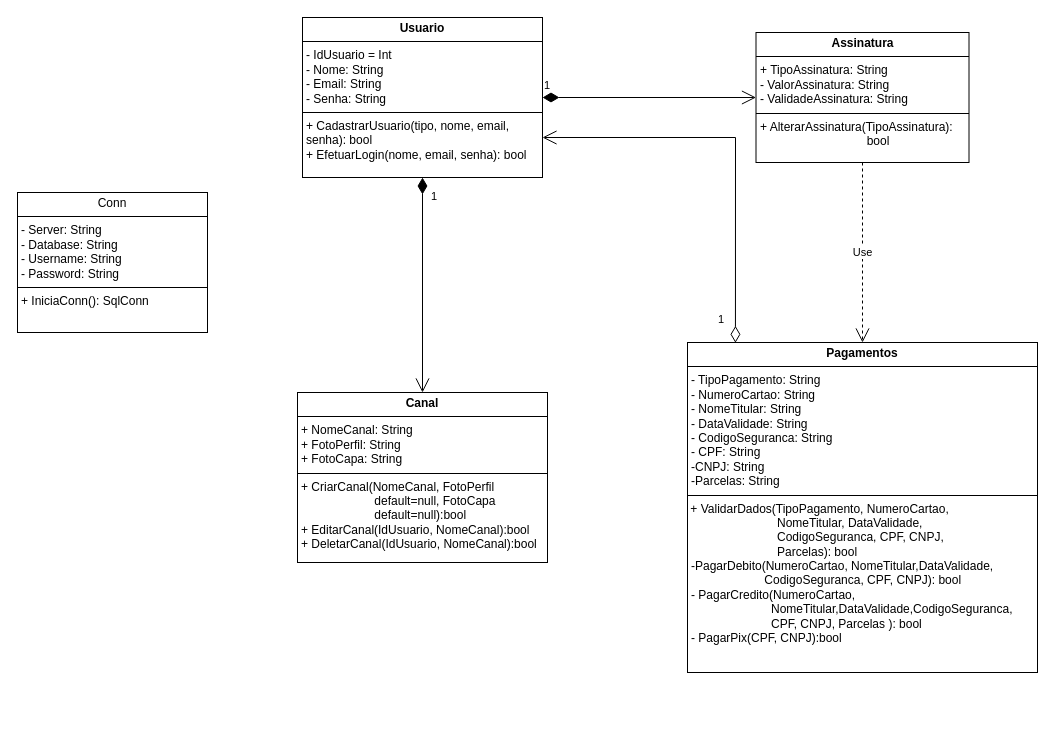
Above: page "DiagramaDeClasses" (20 of 20) of DiagramasPIMVII.drawio in GustavoFerreira143/PIMVIISistemaDeStreaming (draw.io), before the change. Source tidied: cells renumbered, new cells numbered last; positions are measured from the earlier drawing's top-left corner, leaving out a move shared by most shapes. Both pictures are drawn from the tidied source at 100%, with x=0, y=0 at pixel (17, 17).
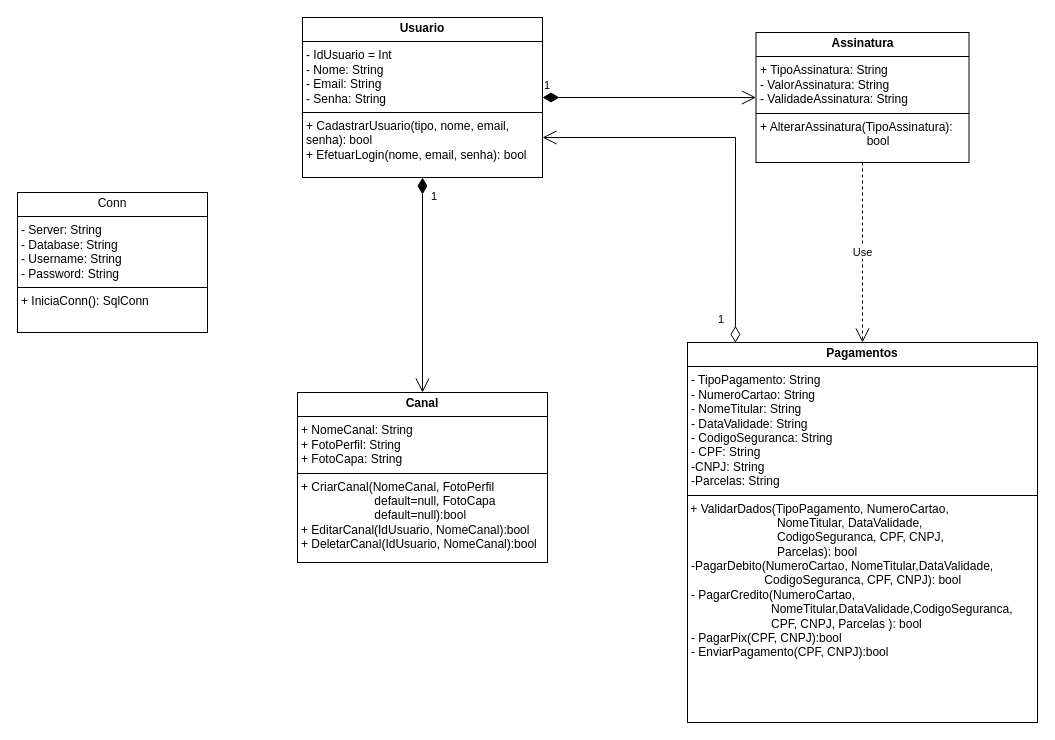
Above is the later version.

The edit, as a diff of the source:
```diff
@@
 <mxGraphModel>
   <root>
     <mxCell id="0" />
     <mxCell id="1" parent="0" />
     <mxCell id="2" value="&lt;p style=&quot;margin:0px;margin-top:4px;text-align:center;&quot;&gt;&lt;b&gt;Usuario&lt;/b&gt;&lt;/p&gt;&lt;hr size=&quot;1&quot; style=&quot;border-style:solid;&quot;&gt;&lt;p style=&quot;margin:0px;margin-left:4px;&quot;&gt;- IdUsuario = Int&lt;/p&gt;&lt;p style=&quot;margin:0px;margin-left:4px;&quot;&gt;- Nome: String&lt;br&gt;- Email: String&lt;/p&gt;&lt;p style=&quot;margin:0px;margin-left:4px;&quot;&gt;- Senha: String&lt;/p&gt;&lt;hr size=&quot;1&quot; style=&quot;border-style:solid;&quot;&gt;&lt;p style=&quot;margin:0px;margin-left:4px;&quot;&gt;+ CadastrarUsuario(tipo, nome, email, senha): bool&lt;br&gt;+ EfetuarLogin(nome, email, senha): bool&lt;/p&gt;" style="verticalAlign=top;align=left;overflow=fill;html=1;whiteSpace=wrap;" parent="1" vertex="1">
       <mxGeometry x="285" width="240" height="160" as="geometry" />
     </mxCell>
     <mxCell id="3" value="&lt;p style=&quot;margin:0px;margin-top:4px;text-align:center;&quot;&gt;Conn&lt;/p&gt;&lt;hr size=&quot;1&quot; style=&quot;border-style:solid;&quot;&gt;&lt;p style=&quot;margin:0px;margin-left:4px;&quot;&gt;- Server: String&lt;/p&gt;&lt;p style=&quot;margin:0px;margin-left:4px;&quot;&gt;- Database: String&lt;br&gt;- Username: String&lt;/p&gt;&lt;p style=&quot;margin:0px;margin-left:4px;&quot;&gt;- Password: String&lt;/p&gt;&lt;hr size=&quot;1&quot; style=&quot;border-style:solid;&quot;&gt;&lt;p style=&quot;margin:0px;margin-left:4px;&quot;&gt;+ IniciaConn(): SqlConn&lt;br&gt;&lt;/p&gt;" style="verticalAlign=top;align=left;overflow=fill;html=1;whiteSpace=wrap;" parent="1" vertex="1">
       <mxGeometry y="175" width="190" height="140" as="geometry" />
     </mxCell>
-    <mxCell id="4" value="&lt;p style=&quot;margin:0px;margin-top:4px;text-align:center;&quot;&gt;&lt;b&gt;Pagamentos&lt;/b&gt;&lt;/p&gt;&lt;hr size=&quot;1&quot; style=&quot;border-style:solid;&quot;&gt;&lt;p style=&quot;margin:0px;margin-left:4px;&quot;&gt;- TipoPagamento: String&lt;br&gt;- NumeroCartao: String&lt;/p&gt;&lt;p style=&quot;margin:0px;margin-left:4px;&quot;&gt;- NomeTitular: String&lt;/p&gt;&lt;p style=&quot;margin:0px;margin-left:4px;&quot;&gt;- DataValidade: String&lt;/p&gt;&lt;p style=&quot;margin:0px;margin-left:4px;&quot;&gt;- CodigoSeguranca: String&lt;/p&gt;&lt;p style=&quot;margin:0px;margin-left:4px;&quot;&gt;- CPF: String&lt;/p&gt;&lt;p style=&quot;margin:0px;margin-left:4px;&quot;&gt;-CNPJ: String&lt;/p&gt;&lt;p style=&quot;margin:0px;margin-left:4px;&quot;&gt;-Parcelas: String&lt;/p&gt;&lt;hr size=&quot;1&quot; style=&quot;border-style:solid;&quot;&gt;&amp;nbsp;+ ValidarDados(TipoPagamento, NumeroCartao, &lt;span style=&quot;white-space: pre;&quot;&gt;&#9;&lt;/span&gt;&lt;span style=&quot;white-space: pre;&quot;&gt;&#9;&lt;/span&gt;&lt;span style=&quot;white-space: pre;&quot;&gt;&#9;&lt;/span&gt;&amp;nbsp; &amp;nbsp;NomeTitular, DataValidade, &lt;span style=&quot;white-space: pre;&quot;&gt;&#9;&lt;/span&gt;&lt;span style=&quot;white-space: pre;&quot;&gt;&#9;&lt;/span&gt;&lt;span style=&quot;white-space: pre;&quot;&gt;&#9;&lt;/span&gt;&amp;nbsp; &lt;span style=&quot;white-space: pre;&quot;&gt;&#9;&lt;/span&gt;&lt;span style=&quot;white-space: pre;&quot;&gt;&#9;&lt;/span&gt;&lt;span style=&quot;white-space: pre;&quot;&gt;&#9;&lt;/span&gt;&amp;nbsp;&amp;nbsp;&amp;nbsp;CodigoSeguranca, CPF, CNPJ, &lt;span style=&quot;white-space: pre;&quot;&gt;&#9;&lt;/span&gt;&lt;span style=&quot;white-space: pre;&quot;&gt;&#9;&lt;/span&gt;&lt;span style=&quot;white-space: pre;&quot;&gt;&#9;&lt;/span&gt;&amp;nbsp; &amp;nbsp;&lt;span style=&quot;white-space: pre;&quot;&gt;&#9;&lt;/span&gt;&lt;span style=&quot;white-space: pre;&quot;&gt;&#9;&lt;/span&gt;&lt;span style=&quot;white-space: pre;&quot;&gt;&#9;&lt;/span&gt;&amp;nbsp; &amp;nbsp;Parcelas): bool&amp;nbsp;&lt;br&gt;&lt;p style=&quot;margin:0px;margin-left:4px;&quot;&gt;-PagarDebito(NumeroCartao,&amp;nbsp;NomeTitular,DataValidade,&lt;br&gt;&lt;span style=&quot;white-space: pre;&quot;&gt;&#9;&lt;/span&gt;&lt;span style=&quot;white-space: pre;&quot;&gt;&#9;&amp;nbsp;&lt;/span&gt;&amp;nbsp; &amp;nbsp; &amp;nbsp;CodigoSeguranca,&amp;nbsp;CPF, CNPJ): bool&lt;br&gt;- PagarCredito(NumeroCartao, &lt;span style=&quot;white-space: pre;&quot;&gt;&#9;&lt;span style=&quot;white-space: pre;&quot;&gt;&#9;&lt;/span&gt;&lt;span style=&quot;white-space: pre;&quot;&gt;&#9;&lt;/span&gt;&lt;/span&gt;NomeTitular,DataValidade,CodigoSeguranca, &lt;span style=&quot;white-space: pre;&quot;&gt;&#9;&lt;/span&gt;&lt;span style=&quot;white-space: pre;&quot;&gt;&#9;&lt;/span&gt;&lt;span style=&quot;white-space: pre;&quot;&gt;&#9;&lt;/span&gt;CPF, CNPJ, Parcelas ): bool&lt;/p&gt;&lt;p style=&quot;margin:0px;margin-left:4px;&quot;&gt;- PagarPix(CPF, CNPJ):bool&lt;/p&gt;" style="verticalAlign=top;align=left;overflow=fill;html=1;whiteSpace=wrap;" parent="1" vertex="1">
-      <mxGeometry x="670" y="325" width="350" height="330" as="geometry" />
+    <mxCell id="4" value="&lt;p style=&quot;margin:0px;margin-top:4px;text-align:center;&quot;&gt;&lt;b&gt;Pagamentos&lt;/b&gt;&lt;/p&gt;&lt;hr size=&quot;1&quot; style=&quot;border-style:solid;&quot;&gt;&lt;p style=&quot;margin:0px;margin-left:4px;&quot;&gt;- TipoPagamento: String&lt;br&gt;- NumeroCartao: String&lt;/p&gt;&lt;p style=&quot;margin:0px;margin-left:4px;&quot;&gt;- NomeTitular: String&lt;/p&gt;&lt;p style=&quot;margin:0px;margin-left:4px;&quot;&gt;- DataValidade: String&lt;/p&gt;&lt;p style=&quot;margin:0px;margin-left:4px;&quot;&gt;- CodigoSeguranca: String&lt;/p&gt;&lt;p style=&quot;margin:0px;margin-left:4px;&quot;&gt;- CPF: String&lt;/p&gt;&lt;p style=&quot;margin:0px;margin-left:4px;&quot;&gt;-CNPJ: String&lt;/p&gt;&lt;p style=&quot;margin:0px;margin-left:4px;&quot;&gt;-Parcelas: String&lt;/p&gt;&lt;hr size=&quot;1&quot; style=&quot;border-style:solid;&quot;&gt;&amp;nbsp;+ ValidarDados(TipoPagamento, NumeroCartao, &lt;span style=&quot;white-space: pre;&quot;&gt;&#9;&lt;/span&gt;&lt;span style=&quot;white-space: pre;&quot;&gt;&#9;&lt;/span&gt;&lt;span style=&quot;white-space: pre;&quot;&gt;&#9;&lt;/span&gt;&amp;nbsp; &amp;nbsp;NomeTitular, DataValidade, &lt;span style=&quot;white-space: pre;&quot;&gt;&#9;&lt;/span&gt;&lt;span style=&quot;white-space: pre;&quot;&gt;&#9;&lt;/span&gt;&lt;span style=&quot;white-space: pre;&quot;&gt;&#9;&lt;/span&gt;&amp;nbsp; &lt;span style=&quot;white-space: pre;&quot;&gt;&#9;&lt;/span&gt;&lt;span style=&quot;white-space: pre;&quot;&gt;&#9;&lt;/span&gt;&lt;span style=&quot;white-space: pre;&quot;&gt;&#9;&lt;/span&gt;&amp;nbsp;&amp;nbsp;&amp;nbsp;CodigoSeguranca, CPF, CNPJ, &lt;span style=&quot;white-space: pre;&quot;&gt;&#9;&lt;/span&gt;&lt;span style=&quot;white-space: pre;&quot;&gt;&#9;&lt;/span&gt;&lt;span style=&quot;white-space: pre;&quot;&gt;&#9;&lt;/span&gt;&amp;nbsp; &amp;nbsp;&lt;span style=&quot;white-space: pre;&quot;&gt;&#9;&lt;/span&gt;&lt;span style=&quot;white-space: pre;&quot;&gt;&#9;&lt;/span&gt;&lt;span style=&quot;white-space: pre;&quot;&gt;&#9;&lt;/span&gt;&amp;nbsp; &amp;nbsp;Parcelas): bool&amp;nbsp;&lt;br&gt;&lt;p style=&quot;margin:0px;margin-left:4px;&quot;&gt;-PagarDebito(NumeroCartao,&amp;nbsp;NomeTitular,DataValidade,&lt;br&gt;&lt;span style=&quot;white-space: pre;&quot;&gt;&#9;&lt;/span&gt;&lt;span style=&quot;white-space: pre;&quot;&gt;&#9;&amp;nbsp;&lt;/span&gt;&amp;nbsp; &amp;nbsp; &amp;nbsp;CodigoSeguranca,&amp;nbsp;CPF, CNPJ): bool&lt;br&gt;- PagarCredito(NumeroCartao, &lt;span style=&quot;white-space: pre;&quot;&gt;&#9;&lt;span style=&quot;white-space: pre;&quot;&gt;&#9;&lt;/span&gt;&lt;span style=&quot;white-space: pre;&quot;&gt;&#9;&lt;/span&gt;&lt;/span&gt;NomeTitular,DataValidade,CodigoSeguranca, &lt;span style=&quot;white-space: pre;&quot;&gt;&#9;&lt;/span&gt;&lt;span style=&quot;white-space: pre;&quot;&gt;&#9;&lt;/span&gt;&lt;span style=&quot;white-space: pre;&quot;&gt;&#9;&lt;/span&gt;CPF, CNPJ, Parcelas ): bool&lt;/p&gt;&lt;p style=&quot;margin:0px;margin-left:4px;&quot;&gt;- PagarPix(CPF, CNPJ):bool&lt;/p&gt;&lt;p style=&quot;margin:0px;margin-left:4px;&quot;&gt;- EnviarPagamento(CPF, CNPJ):bool&lt;/p&gt;" style="verticalAlign=top;align=left;overflow=fill;html=1;whiteSpace=wrap;" parent="1" vertex="1">
+      <mxGeometry x="670" y="325" width="350" height="380" as="geometry" />
     </mxCell>
     <mxCell id="5" value="&lt;p style=&quot;margin:0px;margin-top:4px;text-align:center;&quot;&gt;&lt;b&gt;Canal&lt;/b&gt;&lt;/p&gt;&lt;hr size=&quot;1&quot; style=&quot;border-style:solid;&quot;&gt;&lt;p style=&quot;margin:0px;margin-left:4px;&quot;&gt;+ NomeCanal: String&lt;br&gt;+ FotoPerfil: String&lt;/p&gt;&lt;p style=&quot;margin:0px;margin-left:4px;&quot;&gt;+ FotoCapa: String&lt;/p&gt;&lt;hr size=&quot;1&quot; style=&quot;border-style:solid;&quot;&gt;&lt;p style=&quot;margin:0px;margin-left:4px;&quot;&gt;+ CriarCanal(NomeCanal, FotoPerfil&amp;nbsp; &amp;nbsp; &amp;nbsp; &amp;nbsp; &amp;nbsp; &amp;nbsp; &amp;nbsp; &amp;nbsp; &amp;nbsp; &amp;nbsp; &amp;nbsp; &amp;nbsp; &amp;nbsp; &amp;nbsp;&lt;span style=&quot;white-space: pre;&quot;&gt;&#9;&lt;/span&gt;&amp;nbsp; &amp;nbsp; &amp;nbsp; default=null, FotoCapa&amp;nbsp; &amp;nbsp; &amp;nbsp; &amp;nbsp; &amp;nbsp; &amp;nbsp; &amp;nbsp; &amp;nbsp; &amp;nbsp; &amp;nbsp; &amp;nbsp; &amp;nbsp; &amp;nbsp; &amp;nbsp; &amp;nbsp; &amp;nbsp; &amp;nbsp; &amp;nbsp; &amp;nbsp; default=null):bool&lt;br&gt;&lt;/p&gt;&lt;p style=&quot;margin:0px;margin-left:4px;&quot;&gt;+ EditarCanal(IdUsuario, NomeCanal):bool&lt;/p&gt;&lt;p style=&quot;margin:0px;margin-left:4px;&quot;&gt;+ DeletarCanal(IdUsuario, NomeCanal):bool&lt;/p&gt;" style="verticalAlign=top;align=left;overflow=fill;html=1;whiteSpace=wrap;" parent="1" vertex="1">
       <mxGeometry x="280" y="375" width="250" height="170" as="geometry" />
     </mxCell>
     <mxCell id="6" value="&lt;p style=&quot;margin:0px;margin-top:4px;text-align:center;&quot;&gt;&lt;b&gt;Assinatura&lt;/b&gt;&lt;/p&gt;&lt;hr size=&quot;1&quot; style=&quot;border-style:solid;&quot;&gt;&lt;p style=&quot;margin:0px;margin-left:4px;&quot;&gt;+ TipoAssinatura: String&lt;br&gt;- ValorAssinatura: String&lt;/p&gt;&lt;p style=&quot;margin:0px;margin-left:4px;&quot;&gt;- ValidadeAssinatura: String&lt;/p&gt;&lt;hr size=&quot;1&quot; style=&quot;border-style:solid;&quot;&gt;&lt;p style=&quot;margin:0px;margin-left:4px;&quot;&gt;+ AlterarAssinatura(TipoAssinatura): &lt;span style=&quot;white-space: pre;&quot;&gt;&#9;&lt;/span&gt;&lt;span style=&quot;white-space: pre;&quot;&gt;&#9;&lt;/span&gt;&lt;span style=&quot;white-space: pre;&quot;&gt;&#9;&lt;/span&gt;&lt;span style=&quot;white-space: pre;&quot;&gt;&#9;&lt;/span&gt;bool&lt;br&gt;&lt;/p&gt;" style="verticalAlign=top;align=left;overflow=fill;html=1;whiteSpace=wrap;" parent="1" vertex="1">
       <mxGeometry x="738.5" y="15" width="213" height="130" as="geometry" />
     </mxCell>
     <mxCell id="7" value="1" style="endArrow=open;html=1;endSize=12;startArrow=diamondThin;startSize=14;startFill=1;edgeStyle=orthogonalEdgeStyle;align=left;verticalAlign=bottom;rounded=0;exitX=0.5;exitY=1;exitDx=0;exitDy=0;entryX=0.5;entryY=0;entryDx=0;entryDy=0;" parent="1" edge="1" source="2" target="5">
       <mxGeometry x="-0.74" y="7" relative="1" as="geometry" />
     </mxCell>
     <mxCell id="8" value="1" style="endArrow=open;html=1;endSize=12;startArrow=diamondThin;startSize=14;startFill=1;edgeStyle=orthogonalEdgeStyle;align=left;verticalAlign=bottom;rounded=0;entryX=0;entryY=0.5;entryDx=0;entryDy=0;exitX=1;exitY=0.5;exitDx=0;exitDy=0;" parent="1" edge="1" source="2" target="6">
       <mxGeometry x="-1" y="3" relative="1" as="geometry" />
     </mxCell>
     <mxCell id="9" value="Use" style="endArrow=open;endSize=12;dashed=1;html=1;rounded=0;exitX=0.5;exitY=1;exitDx=0;exitDy=0;" parent="1" edge="1" source="6" target="4">
       <mxGeometry relative="1" as="geometry" />
     </mxCell>
     <mxCell id="10" value="1" style="endArrow=open;html=1;endSize=12;startArrow=diamondThin;startSize=14;startFill=0;edgeStyle=orthogonalEdgeStyle;align=left;verticalAlign=bottom;rounded=0;exitX=0.137;exitY=0.001;exitDx=0;exitDy=0;entryX=1;entryY=0.75;entryDx=0;entryDy=0;exitPerimeter=0;" parent="1" edge="1" source="4" target="2">
       <mxGeometry x="-0.93" y="19" relative="1" as="geometry" />
     </mxCell>
   </root>
 </mxGraphModel>
```
